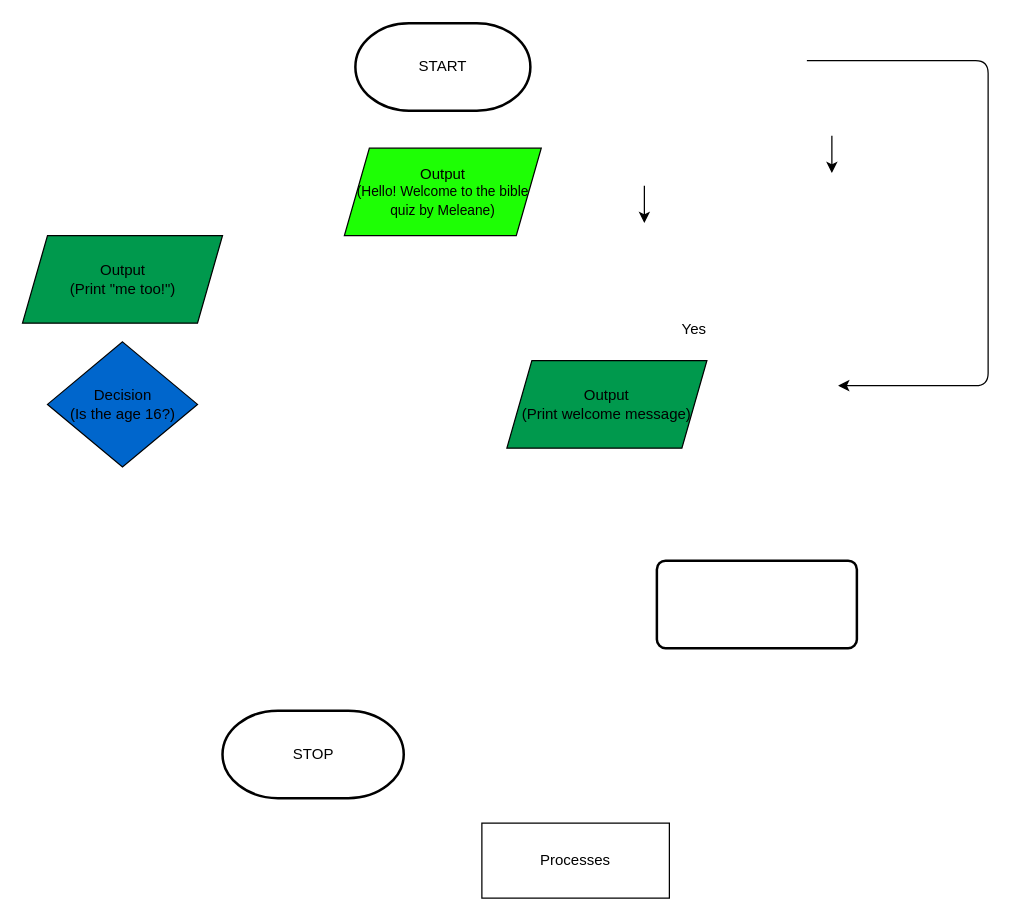
Before: flowchart.drawio in ASDAH-Digtal/level-1-python-quiz-meleane-m-t, a draw.io diagram. Source tidied: cells renumbered, new cells numbered last; positions are measured from the earlier drawing's top-left corner, leaving out a move shared by most shapes. Both pictures are drawn from the tidied source at 125%, with x=0, y=0 at pixel (21, 22).
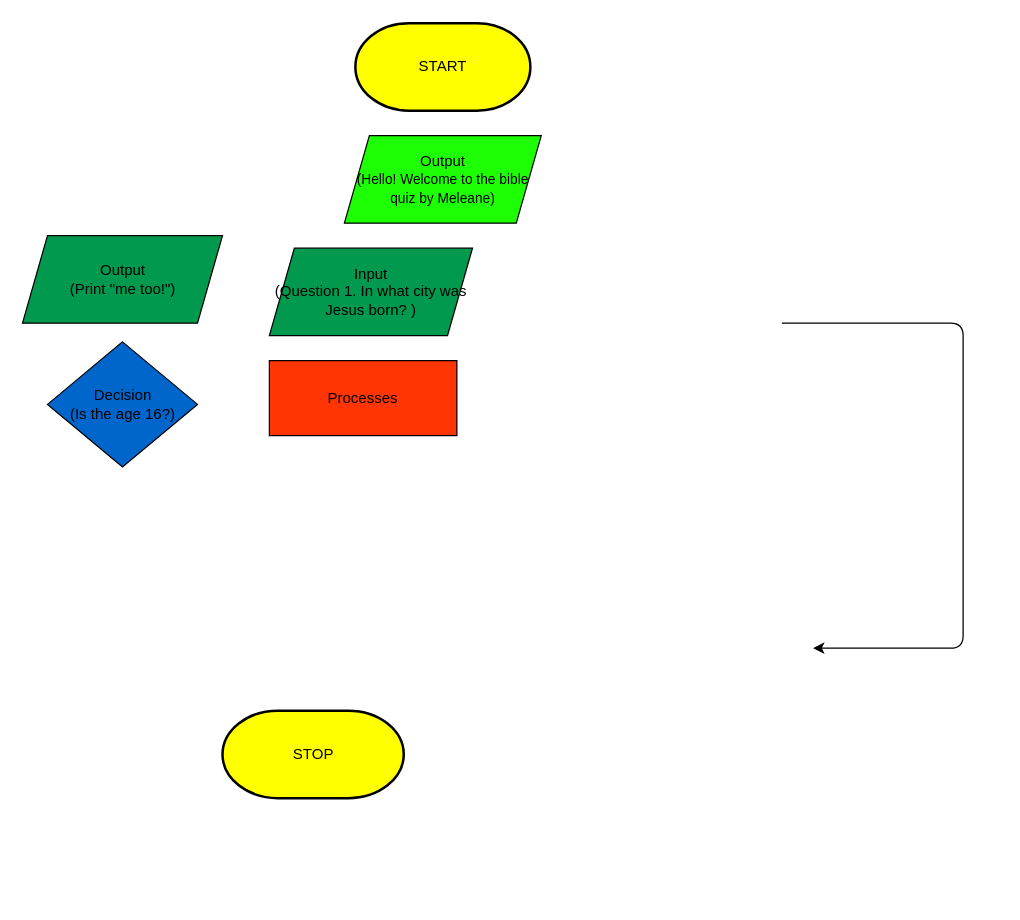
The same diagram, later.

The edit, as a diff of the source:
```diff
@@
     <mxCell id="2" value="Output&lt;br&gt;&lt;font style=&quot;font-size: 11px&quot;&gt;(Hello! Welcome to the bible quiz by Meleane)&lt;/font&gt;" style="shape=parallelogram;perimeter=parallelogramPerimeter;whiteSpace=wrap;html=1;fixedSize=1;fillColor=#1EFF05;" parent="1" vertex="1">
-      <mxGeometry x="258" y="100" width="157.5" height="70" as="geometry" />
+      <mxGeometry x="258" y="90" width="157.5" height="70" as="geometry" />
     </mxCell>
-    <mxCell id="3" value="Processes" style="rounded=0;whiteSpace=wrap;html=1;" parent="1" vertex="1">
-      <mxGeometry x="368" y="640" width="150" height="60" as="geometry" />
+    <mxCell id="3" value="Processes" style="rounded=0;whiteSpace=wrap;html=1;fillColor=#FF3503;" parent="1" vertex="1">
+      <mxGeometry x="198" y="270" width="150" height="60" as="geometry" />
     </mxCell>
     <mxCell id="4" style="endArrow=classic;html=1;endFill=1;" parent="1" edge="1">
       <mxGeometry relative="1" as="geometry">
-        <mxPoint x="628" y="30" as="sourcePoint" />
-        <mxPoint x="653" y="290" as="targetPoint" />
+        <mxPoint x="608" y="240" as="sourcePoint" />
+        <mxPoint x="633" y="500" as="targetPoint" />
         <Array as="points">
-          <mxPoint x="645" y="30" />
-          <mxPoint x="773" y="30" />
-          <mxPoint x="773" y="290" />
+          <mxPoint x="625" y="240" />
+          <mxPoint x="753" y="240" />
+          <mxPoint x="753" y="500" />
         </Array>
       </mxGeometry>
     </mxCell>
@@
-    <mxCell id="6" value="START" style="strokeWidth=2;html=1;shape=mxgraph.flowchart.terminator;whiteSpace=wrap;" parent="1" vertex="1">
+    <mxCell id="6" value="START" style="strokeWidth=2;html=1;shape=mxgraph.flowchart.terminator;whiteSpace=wrap;fillColor=#FFFF00;" parent="1" vertex="1">
       <mxGeometry x="266.8" width="140" height="70" as="geometry" />
     </mxCell>
-    <mxCell id="7" value="STOP" style="strokeWidth=2;html=1;shape=mxgraph.flowchart.terminator;whiteSpace=wrap;" parent="1" vertex="1">
+    <mxCell id="7" value="STOP" style="strokeWidth=2;html=1;shape=mxgraph.flowchart.terminator;whiteSpace=wrap;fillColor=#FFFF00;" parent="1" vertex="1">
       <mxGeometry x="160.5" y="550" width="145" height="70" as="geometry" />
     </mxCell>
-    <mxCell id="8" value="Output&lt;br&gt;(Print welcome message)" style="shape=parallelogram;perimeter=parallelogramPerimeter;whiteSpace=wrap;html=1;fixedSize=1;fillColor=#00994D;" parent="1" vertex="1">
-      <mxGeometry x="388" y="270" width="160" height="70" as="geometry" />
+    <mxCell id="8" value="Input&lt;br&gt;(Question 1. In what city was Jesus born? )" style="shape=parallelogram;perimeter=parallelogramPerimeter;whiteSpace=wrap;html=1;fixedSize=1;fillColor=#00994D;" parent="1" vertex="1">
+      <mxGeometry x="198" y="180" width="162.5" height="70" as="geometry" />
     </mxCell>
@@
-    <mxCell id="10" style="endArrow=classic;html=1;endFill=1;" parent="1" edge="1">
-      <mxGeometry relative="1" as="geometry">
-        <mxPoint x="648" y="90" as="sourcePoint" />
-        <mxPoint x="648" y="120" as="targetPoint" />
-        <Array as="points">
-          <mxPoint x="648" y="110" />
-        </Array>
-      </mxGeometry>
-    </mxCell>
-    <mxCell id="11" value="Yes&lt;br&gt;" style="text;html=1;strokeColor=none;fillColor=none;align=center;verticalAlign=middle;whiteSpace=wrap;rounded=0;" parent="1" vertex="1">
-      <mxGeometry x="508" y="230" width="60" height="30" as="geometry" />
-    </mxCell>
-    <mxCell id="12" style="endArrow=classic;html=1;endFill=1;" parent="1" edge="1">
-      <mxGeometry relative="1" as="geometry">
-        <mxPoint x="498" y="130" as="sourcePoint" />
-        <mxPoint x="498" y="160" as="targetPoint" />
-        <Array as="points">
-          <mxPoint x="498" y="150" />
-        </Array>
-      </mxGeometry>
-    </mxCell>
-    <mxCell id="13" style="rounded=1;whiteSpace=wrap;html=1;absoluteArcSize=1;arcSize=14;strokeWidth=2;" parent="1" vertex="1">
-      <mxGeometry x="508" y="430" width="160" height="70" as="geometry" />
-    </mxCell>
```
